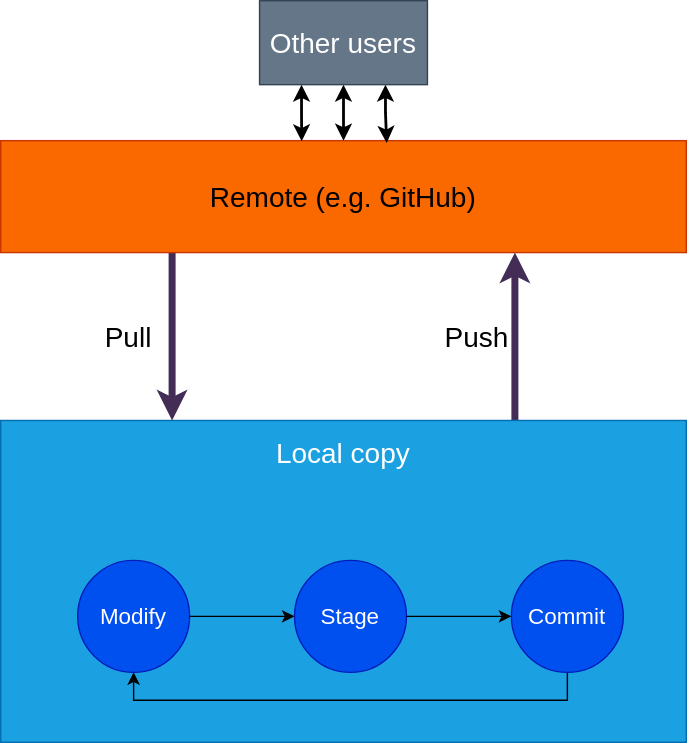
Before: content/post/git-2-theory/cycle-remote.drawio.svg, a diagram exported from draw.io (nidrissi/web). Source tidied: cells renumbered, new cells last; positions are measured from the earlier drawing's top-left corner, leaving out a move shared by most shapes.
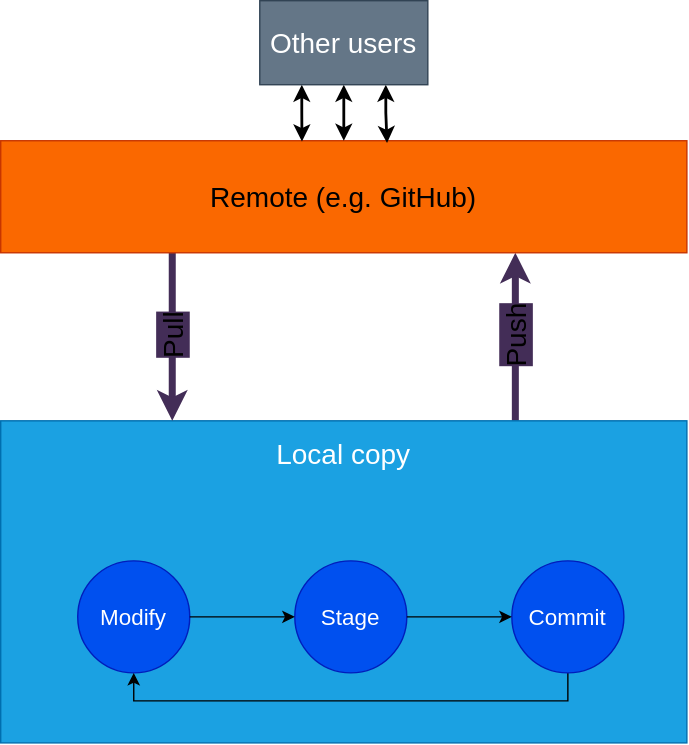
Later version of the same file.

Commit message:
nicer diagram

Diff of the diagram source:
```diff
@@ -2,8 +2,8 @@
   <root>
     <mxCell id="0" />
     <mxCell id="1" parent="0" />
-    <mxCell id="2" value="Push" style="edgeStyle=orthogonalEdgeStyle;rounded=0;jettySize=auto;html=1;exitX=0.75;exitY=0;exitDx=0;exitDy=0;entryX=0.75;entryY=1;entryDx=0;entryDy=0;fontSize=20;strokeWidth=5;fillColor=#76608a;strokeColor=#432D57;" parent="1" edge="1" source="3" target="11">
-      <mxGeometry y="28" relative="1" as="geometry" />
+    <mxCell id="2" value="Push" style="edgeStyle=orthogonalEdgeStyle;rounded=0;jettySize=auto;html=1;exitX=0.75;exitY=0;exitDx=0;exitDy=0;entryX=0.75;entryY=1;entryDx=0;entryDy=0;fontSize=20;strokeWidth=5;fillColor=#76608a;strokeColor=#432D57;horizontal=0;jumpStyle=none;labelBackgroundColor=#432D57;" parent="1" edge="1" source="3" target="11">
+      <mxGeometry relative="1" as="geometry" />
     </mxCell>
     <mxCell id="3" value="Local copy" style="rounded=0;whiteSpace=wrap;html=1;verticalAlign=top;fontSize=20;spacingTop=5;fillColor=#1ba1e2;strokeColor=#006EAF;fontColor=#ffffff;" parent="1" vertex="1">
       <mxGeometry y="300" width="490" height="230" as="geometry" />
@@ -26,8 +26,8 @@
     <mxCell id="9" style="edgeStyle=orthogonalEdgeStyle;rounded=0;jettySize=auto;html=1;fontSize=16;" parent="3" edge="1" source="5" target="8">
       <mxGeometry relative="1" as="geometry" />
     </mxCell>
-    <mxCell id="10" value="Pull" style="edgeStyle=orthogonalEdgeStyle;rounded=0;jettySize=auto;html=1;exitX=0.25;exitY=1;exitDx=0;exitDy=0;entryX=0.25;entryY=0;entryDx=0;entryDy=0;fontSize=20;strokeColor=#432D57;strokeWidth=5;fillColor=#76608a;" parent="1" edge="1" source="11" target="3">
-      <mxGeometry y="-32" relative="1" as="geometry" />
+    <mxCell id="10" value="Pull" style="edgeStyle=orthogonalEdgeStyle;rounded=0;jettySize=auto;html=1;exitX=0.25;exitY=1;exitDx=0;exitDy=0;entryX=0.25;entryY=0;entryDx=0;entryDy=0;fontSize=20;strokeColor=#432D57;strokeWidth=5;fillColor=#76608a;spacing=2;horizontal=0;labelBackgroundColor=#432D57;" parent="1" edge="1" source="11" target="3">
+      <mxGeometry relative="1" as="geometry" />
     </mxCell>
     <mxCell id="11" value="Remote (e.g. GitHub)" style="rounded=0;whiteSpace=wrap;html=1;fontSize=20;verticalAlign=middle;fillColor=#fa6800;strokeColor=#C73500;fontColor=#000000;" parent="1" vertex="1">
       <mxGeometry y="100" width="490" height="80" as="geometry" />
```
